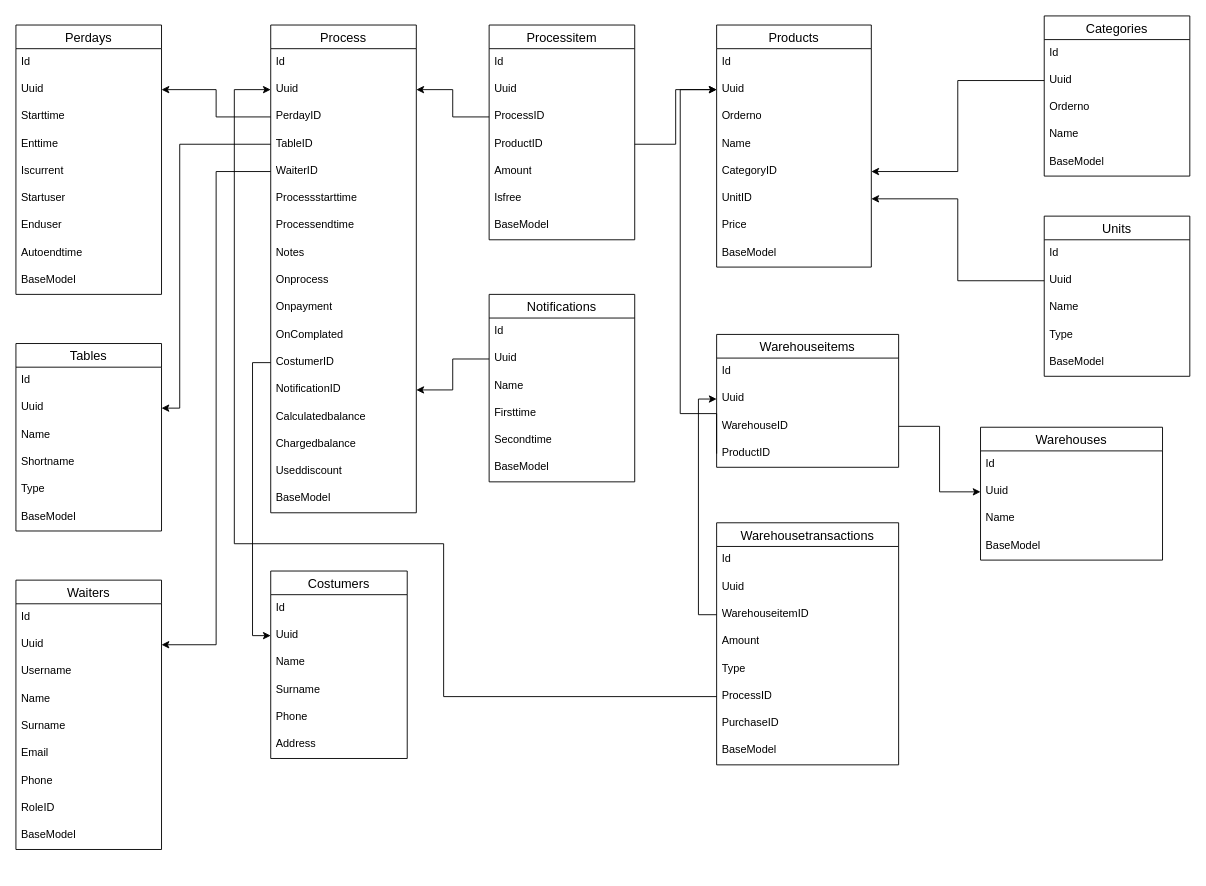
devmehmetyildiz/Adisyon keeps this draw.io diagram as page "SQL Diagram" (4 of 4) of adisyon.drawio. Above is the earlier version. Source tidied: cells renumbered, new cells numbered last; positions are measured from the earlier drawing's top-left corner, leaving out a move shared by most shapes. Both pictures are drawn from the tidied source at 91%, with x=0, y=0 at pixel (15, 15).
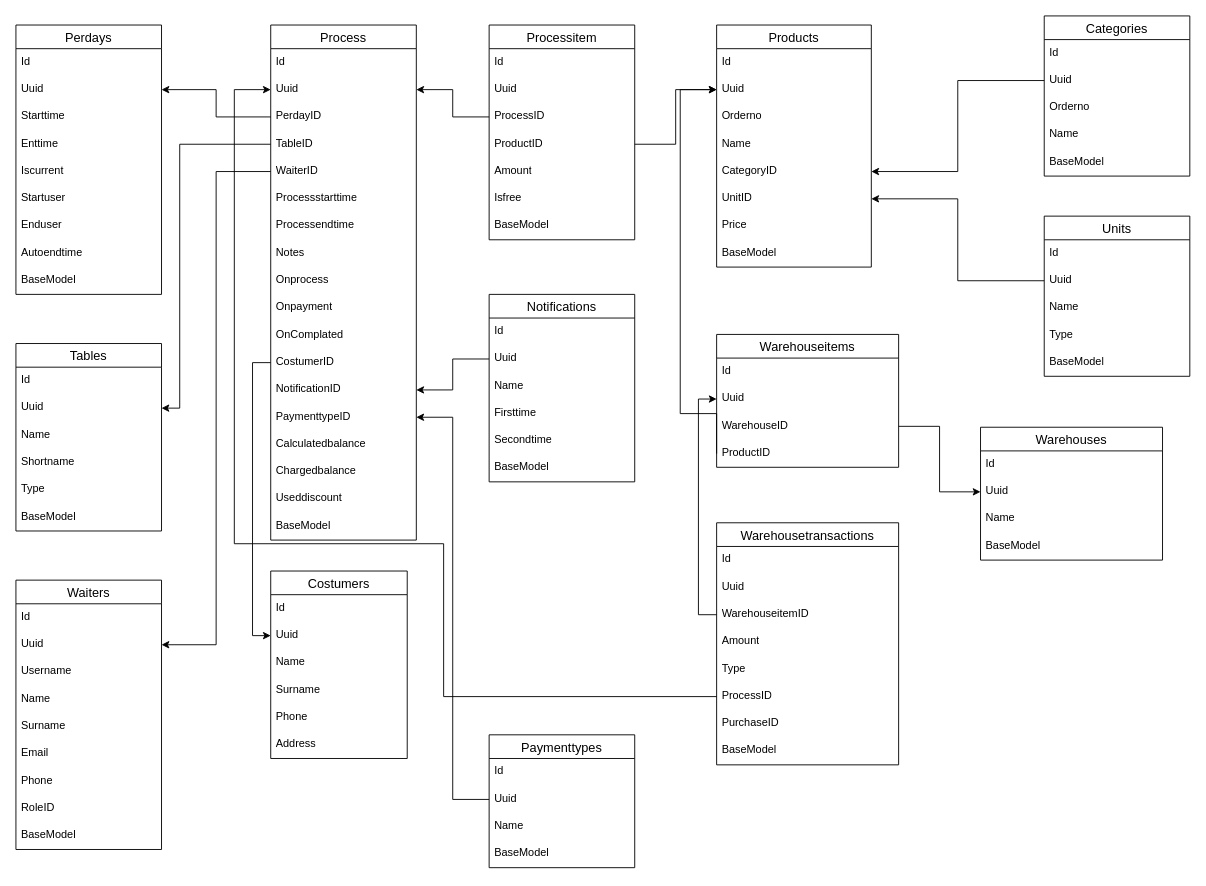
The same diagram, later.

Change to the diagram source:
```diff
@@
     <mxCell id="12" value="Process" style="swimlane;fontStyle=0;horizontal=1;startSize=26;align=center;fontSize=14;verticalAlign=middle;swimlaneLine=1;" parent="1" vertex="1">
-      <mxGeometry x="280" y="10" width="160" height="536" as="geometry" />
+      <mxGeometry x="280" y="10" width="160" height="566" as="geometry" />
     </mxCell>
@@
+    <mxCell id="122" value="PaymenttypeID" style="text;strokeColor=none;fillColor=none;spacingLeft=4;spacingRight=4;overflow=hidden;points=[[0,0.5],[1,0.5]];portConstraint=eastwest;fontSize=12;whiteSpace=wrap;html=1;" parent="12" vertex="1">
+      <mxGeometry y="416" width="160" height="30" as="geometry" />
+    </mxCell>
     <mxCell id="26" value="Calculatedbalance" style="text;strokeColor=none;fillColor=none;spacingLeft=4;spacingRight=4;overflow=hidden;fontSize=12;whiteSpace=wrap;html=1;" parent="12" vertex="1">
-      <mxGeometry y="416" width="160" height="30" as="geometry" />
+      <mxGeometry y="446" width="160" height="30" as="geometry" />
     </mxCell>
     <mxCell id="27" value="Chargedbalance" style="text;strokeColor=none;fillColor=none;spacingLeft=4;spacingRight=4;overflow=hidden;fontSize=12;whiteSpace=wrap;html=1;" parent="12" vertex="1">
-      <mxGeometry y="446" width="160" height="30" as="geometry" />
+      <mxGeometry y="476" width="160" height="30" as="geometry" />
     </mxCell>
     <mxCell id="28" value="Useddiscount" style="text;strokeColor=none;fillColor=none;spacingLeft=4;spacingRight=4;overflow=hidden;fontSize=12;whiteSpace=wrap;html=1;" parent="12" vertex="1">
-      <mxGeometry y="476" width="160" height="30" as="geometry" />
+      <mxGeometry y="506" width="160" height="30" as="geometry" />
     </mxCell>
     <mxCell id="29" value="BaseModel&lt;br&gt;" style="text;strokeColor=none;fillColor=none;spacingLeft=4;spacingRight=4;overflow=hidden;fontSize=12;whiteSpace=wrap;html=1;" parent="12" vertex="1">
-      <mxGeometry y="506" width="160" height="30" as="geometry" />
+      <mxGeometry y="536" width="160" height="30" as="geometry" />
     </mxCell>
@@
+    <mxCell id="123" value="Paymenttypes" style="swimlane;fontStyle=0;horizontal=1;startSize=26;align=center;fontSize=14;" parent="1" vertex="1">
+      <mxGeometry x="520" y="790" width="160" height="146" as="geometry" />
+    </mxCell>
+    <mxCell id="124" value="Id&lt;br&gt;" style="text;strokeColor=none;fillColor=none;spacingLeft=4;spacingRight=4;overflow=hidden;fontSize=12;whiteSpace=wrap;html=1;" parent="123" vertex="1">
+      <mxGeometry y="26" width="160" height="30" as="geometry" />
+    </mxCell>
+    <mxCell id="125" value="Uuid&lt;br&gt;" style="text;strokeColor=none;fillColor=none;spacingLeft=4;spacingRight=4;overflow=hidden;points=[[0,0.5],[1,0.5]];portConstraint=eastwest;fontSize=12;whiteSpace=wrap;html=1;" parent="123" vertex="1">
+      <mxGeometry y="56" width="160" height="30" as="geometry" />
+    </mxCell>
+    <mxCell id="126" value="Name&lt;br&gt;" style="text;strokeColor=none;fillColor=none;spacingLeft=4;spacingRight=4;overflow=hidden;fontSize=12;whiteSpace=wrap;html=1;" parent="123" vertex="1">
+      <mxGeometry y="86" width="160" height="30" as="geometry" />
+    </mxCell>
+    <mxCell id="127" value="BaseModel" style="text;strokeColor=none;fillColor=none;spacingLeft=4;spacingRight=4;overflow=hidden;fontSize=12;whiteSpace=wrap;html=1;" parent="123" vertex="1">
+      <mxGeometry y="116" width="160" height="30" as="geometry" />
+    </mxCell>
+    <mxCell id="128" style="edgeStyle=orthogonalEdgeStyle;rounded=0;jettySize=auto;html=1;exitX=0;exitY=0.5;exitDx=0;exitDy=0;entryX=1;entryY=0.5;entryDx=0;entryDy=0;" parent="1" edge="1" source="125" target="122">
+      <mxGeometry relative="1" as="geometry" />
+    </mxCell>
```
